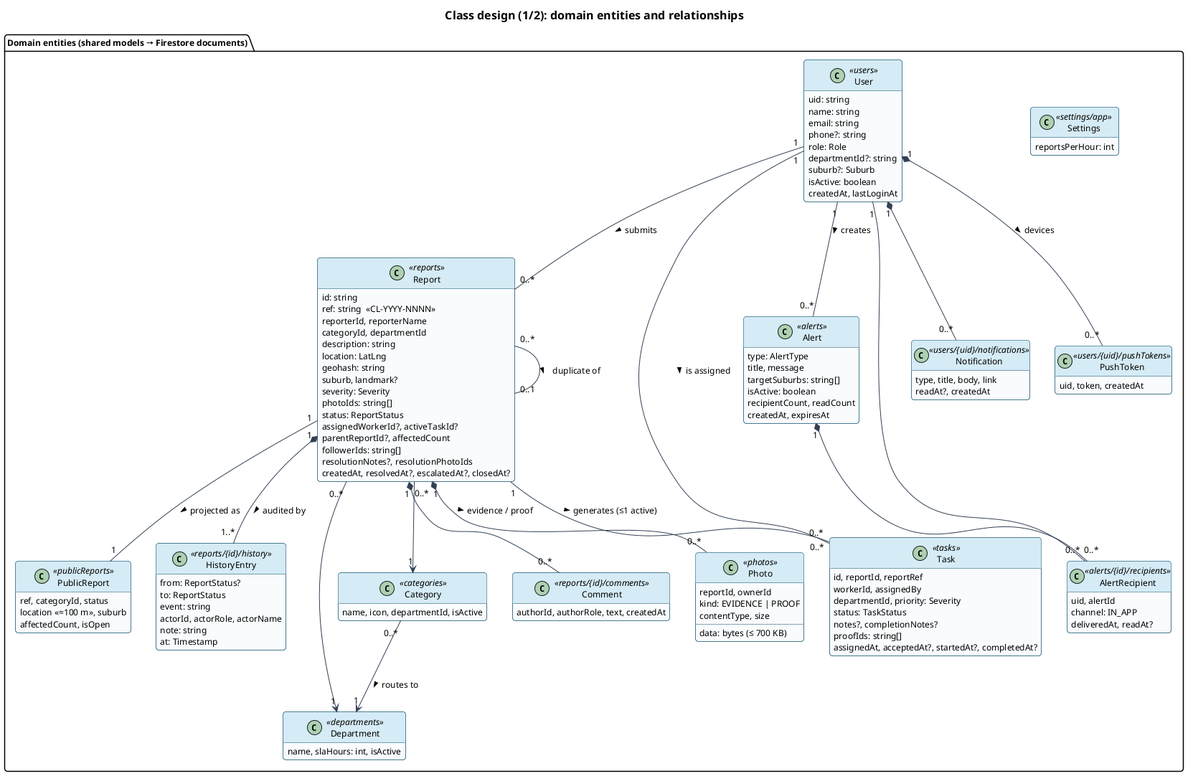
altechemist/civiclink keeps this PlantUML diagram as docs/diagrams/class-domain.png. Above is the earlier version.
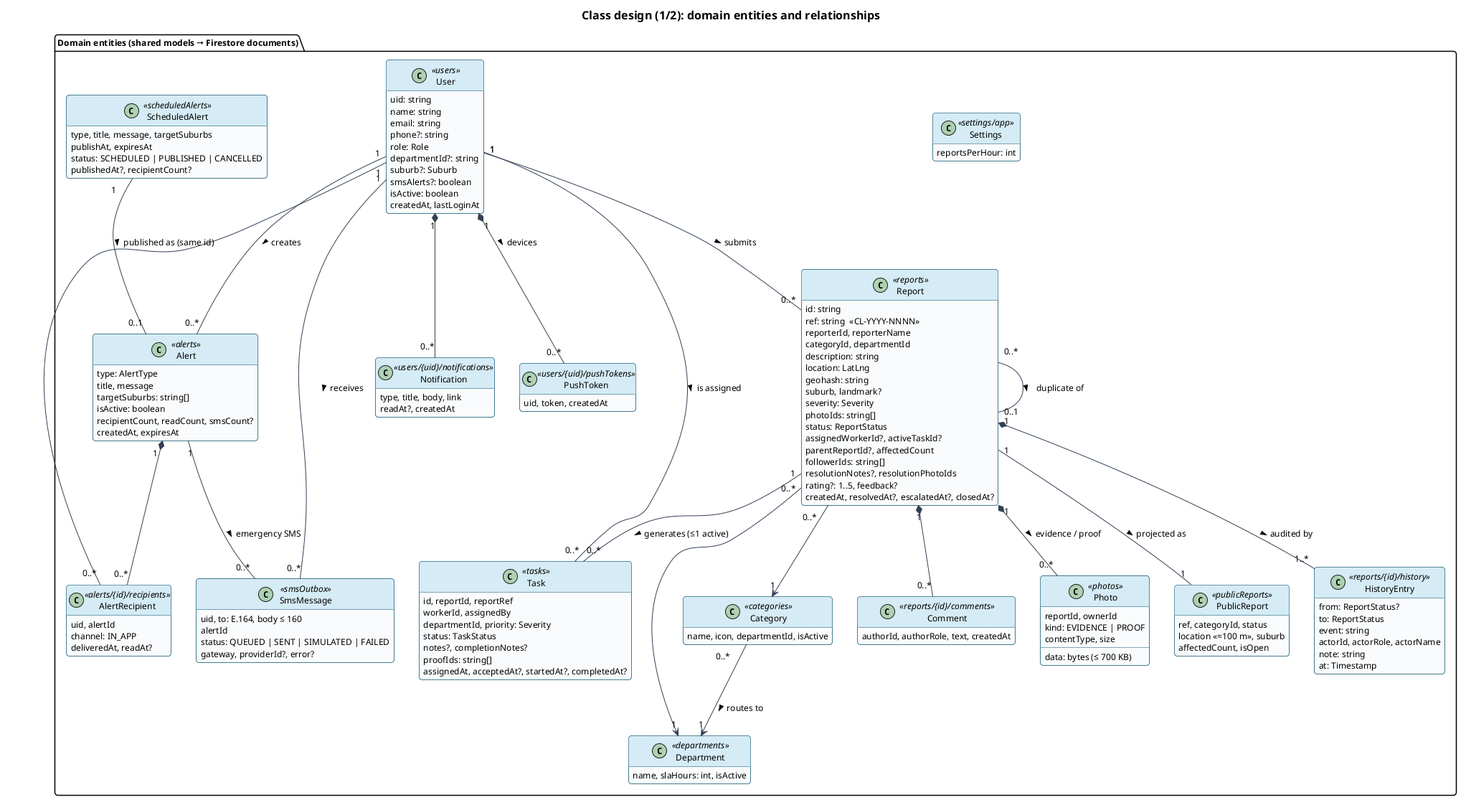
After the commit.

Change to the diagram source:
```diff
@@ -11,6 +11,7 @@
     role: Role
     departmentId?: string
     suburb?: Suburb
+    smsAlerts?: boolean
     isActive: boolean
     createdAt, lastLoginAt
   }
@@ -30,6 +31,7 @@
     parentReportId?, affectedCount
     followerIds: string[]
     resolutionNotes?, resolutionPhotoIds
+    rating?: 1..5, feedback?
     createdAt, resolvedAt?, escalatedAt?, closedAt?
   }
   class HistoryEntry <<reports/{id}/history>> {
@@ -54,8 +56,20 @@
     title, message
     targetSuburbs: string[]
     isActive: boolean
-    recipientCount, readCount
+    recipientCount, readCount, smsCount?
     createdAt, expiresAt
+  }
+  class ScheduledAlert <<scheduledAlerts>> {
+    type, title, message, targetSuburbs
+    publishAt, expiresAt
+    status: SCHEDULED | PUBLISHED | CANCELLED
+    publishedAt?, recipientCount?
+  }
+  class SmsMessage <<smsOutbox>> {
+    uid, to: E.164, body ≤ 160
+    alertId
+    status: QUEUED | SENT | SIMULATED | FAILED
+    gateway, providerId?, error?
   }
   class AlertRecipient <<alerts/{id}/recipients>> {
     uid, alertId
@@ -111,4 +125,7 @@
 User "1" *-- "0..*" PushToken : devices >
 User "1" -- "0..*" Alert : creates >
 
+ScheduledAlert "1" -- "0..1" Alert : published as (same id) >
+Alert "1" -- "0..*" SmsMessage : emergency SMS >
+User "1" -- "0..*" SmsMessage : receives >
 @enduml
```
